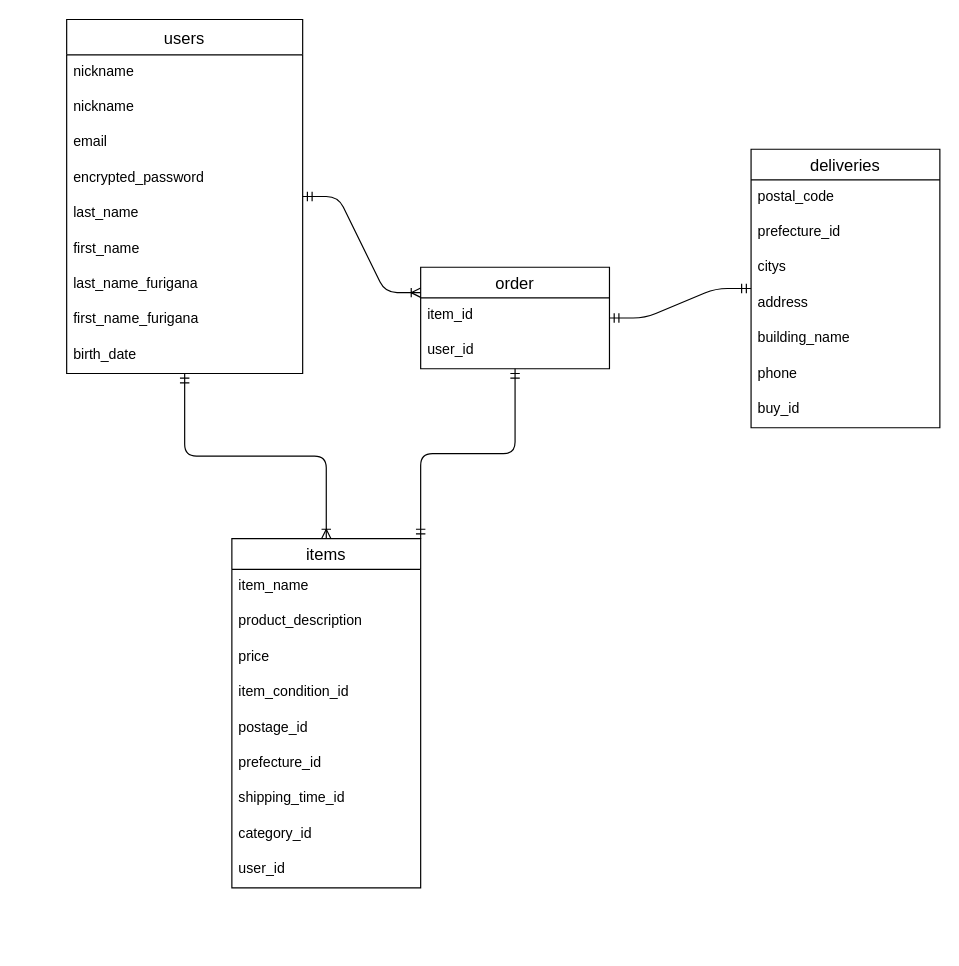
The draw.io diagram furima.dio in MaaaaaaaSa/furima-37961, before the edit. Source tidied: cells renumbered, new cells numbered last; positions are measured from the earlier drawing's top-left corner, leaving out a move shared by most shapes. Both pictures are drawn from the tidied source at 118%, with x=0, y=0 at pixel (66, 19).
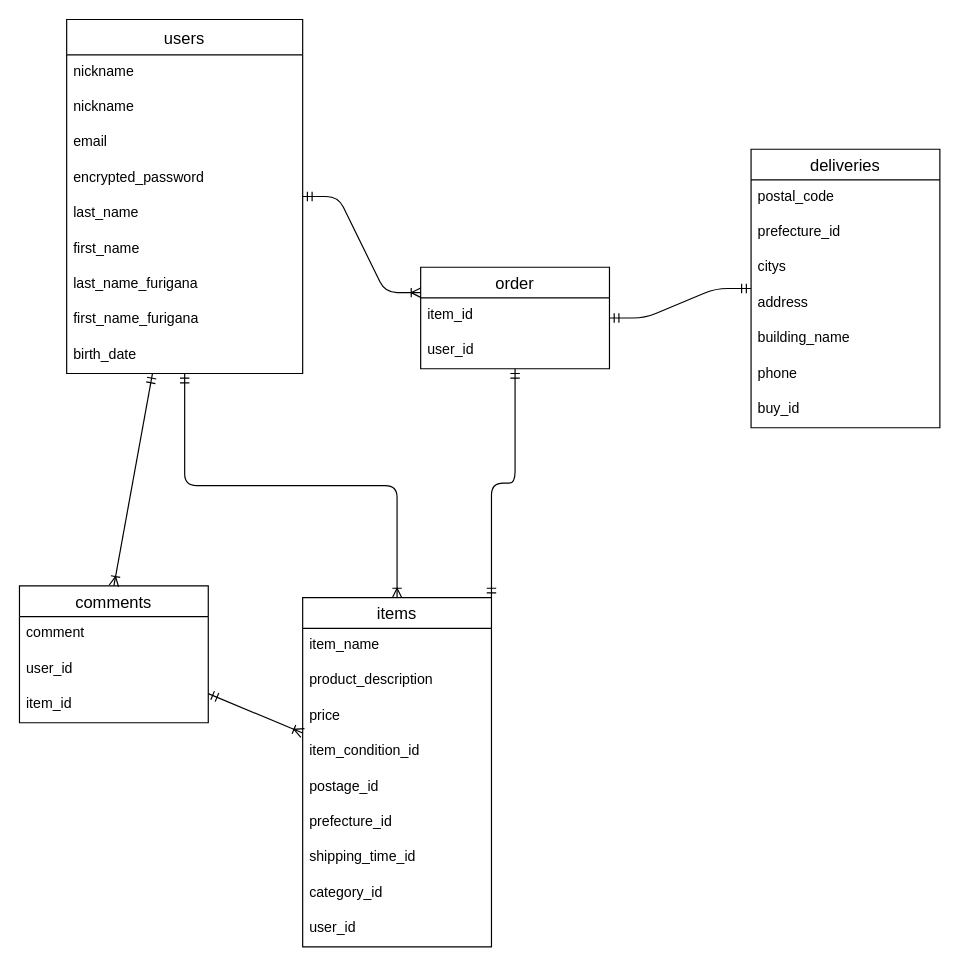
Above is the later version.

The change refers to these unchanged cells:
```xml
<mxCell id="2" value="users" style="swimlane;fontStyle=0;horizontal=1;startSize=30;align=center;fontSize=14;" parent="1" vertex="1">
  <mxGeometry width="200" height="300" as="geometry" />
</mxCell>
```

Diff of the diagram source:
```diff
@@
     <mxCell id="12" value="items" style="swimlane;fontStyle=0;horizontal=1;startSize=26;align=center;fontSize=14;" parent="1" vertex="1">
-      <mxGeometry x="140" y="440" width="160" height="296" as="geometry" />
+      <mxGeometry x="200" y="490" width="160" height="296" as="geometry" />
     </mxCell>
@@
+    <mxCell id="37" value="comments" style="swimlane;fontStyle=0;horizontal=1;startSize=26;align=center;fontSize=14;" parent="1" vertex="1">
+      <mxGeometry x="-40" y="480" width="160" height="116" as="geometry" />
+    </mxCell>
+    <mxCell id="38" value="comment" style="text;strokeColor=none;fillColor=none;spacingLeft=4;spacingRight=4;overflow=hidden;fontSize=12;" parent="37" vertex="1">
+      <mxGeometry y="26" width="160" height="30" as="geometry" />
+    </mxCell>
+    <mxCell id="39" value="user_id" style="text;strokeColor=none;fillColor=none;spacingLeft=4;spacingRight=4;overflow=hidden;fontSize=12;" parent="37" vertex="1">
+      <mxGeometry y="56" width="160" height="30" as="geometry" />
+    </mxCell>
+    <mxCell id="40" value="item_id" style="text;strokeColor=none;fillColor=none;spacingLeft=4;spacingRight=4;overflow=hidden;fontSize=12;" parent="37" vertex="1">
+      <mxGeometry y="86" width="160" height="30" as="geometry" />
+    </mxCell>
+    <mxCell id="41" style="fontSize=12;html=1;endArrow=ERoneToMany;startArrow=ERmandOne;entryX=0.5;entryY=0;entryDx=0;entryDy=0;" parent="1" edge="1" source="2" target="37">
+      <mxGeometry relative="1" as="geometry" />
+    </mxCell>
+    <mxCell id="42" style="fontSize=12;html=1;endArrow=ERoneToMany;startArrow=ERmandOne;" parent="1" edge="1" source="37" target="12">
+      <mxGeometry relative="1" as="geometry" />
+    </mxCell>
```
